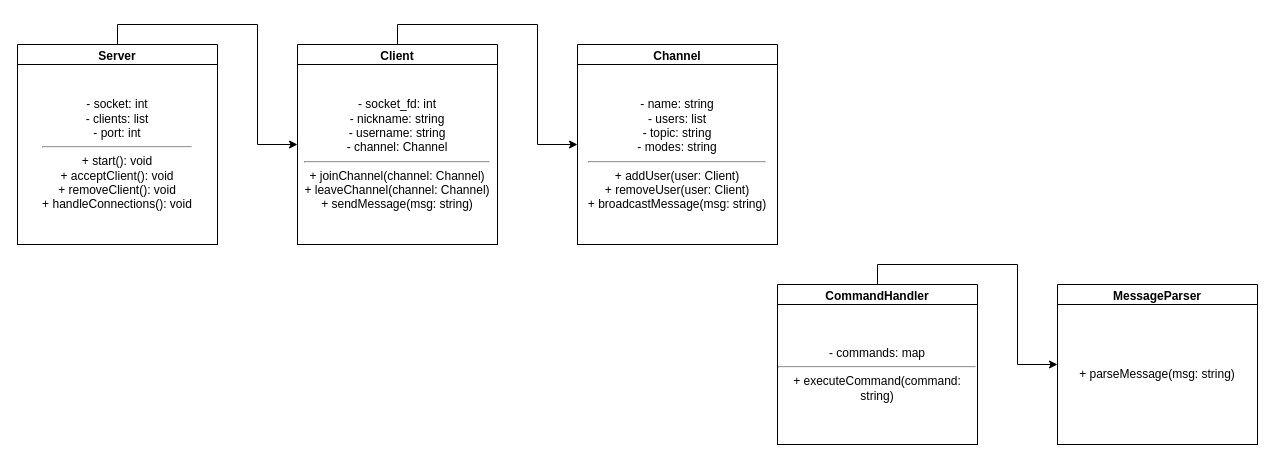
Before: Diagramme_IRC.drawio in Aytirix/IRC, a draw.io diagram. Source tidied: cells renumbered, new cells numbered last; positions are measured from the earlier drawing's top-left corner, leaving out a move shared by most shapes. Both pictures are drawn from the tidied source at 100%, with x=0, y=0 at pixel (17, 44).
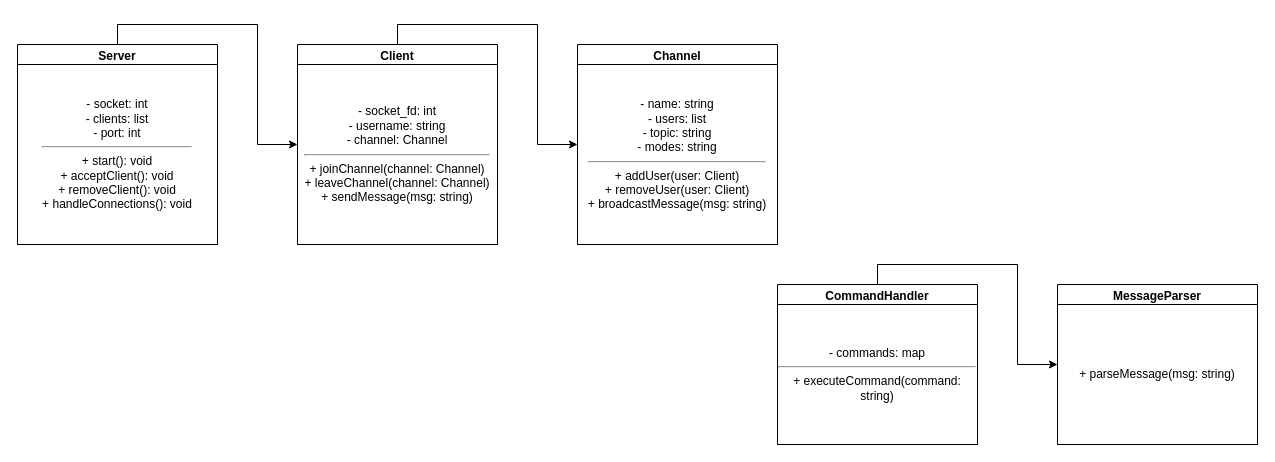
Above is the later version.

Commit message:
Mettre à jour Diagramme_IRC.drawio

What changed in the source:
```diff
@@
 <mxGraphModel>
   <root>
     <mxCell id="0" />
     <mxCell id="1" parent="0" />
     <mxCell id="2" value="Server" style="swimlane;html=1;whiteSpace=wrap;rounded=0;whiteSpace=wrap;html=1;align=center;verticalAlign=middle;" parent="1" vertex="1">
       <mxGeometry width="200" height="200" as="geometry" />
     </mxCell>
     <mxCell id="3" value="- socket: int&lt;br&gt;- clients: list&lt;br&gt;- port: int&lt;div&gt;&lt;hr&gt;+ start(): void&lt;br&gt;+ acceptClient(): void&lt;br&gt;+ removeClient(): void&lt;br&gt;+ handleConnections(): void&lt;/div&gt;" style="text;html=1;whiteSpace=wrap;html=1;strokeColor=#000000;fillColor=#ffffff;align=center;verticalAlign=middle;" parent="2" vertex="1">
       <mxGeometry y="20" width="200" height="180" as="geometry" />
     </mxCell>
     <mxCell id="4" value="Client" style="swimlane;html=1;whiteSpace=wrap;rounded=0;whiteSpace=wrap;html=1;align=center;verticalAlign=middle;" parent="1" vertex="1">
       <mxGeometry x="280" width="200" height="200" as="geometry" />
     </mxCell>
-    <mxCell id="5" value="- socket_fd: int&lt;br&gt;- nickname: string&lt;br&gt;- username: string&lt;br&gt;- channel: Channel&lt;div&gt;&lt;hr&gt;+ joinChannel(channel: Channel)&lt;br&gt;+ leaveChannel(channel: Channel)&lt;br&gt;+ sendMessage(msg: string)&lt;/div&gt;" style="text;html=1;whiteSpace=wrap;html=1;strokeColor=#000000;fillColor=#ffffff;align=center;verticalAlign=middle;" parent="4" vertex="1">
+    <mxCell id="5" value="- socket_fd: int&lt;br&gt;- username: string&lt;br&gt;- channel: Channel&lt;div&gt;&lt;hr&gt;+ joinChannel(channel: Channel)&lt;br&gt;+ leaveChannel(channel: Channel)&lt;br&gt;+ sendMessage(msg: string)&lt;/div&gt;" style="text;html=1;whiteSpace=wrap;html=1;strokeColor=#000000;fillColor=#ffffff;align=center;verticalAlign=middle;" parent="4" vertex="1">
       <mxGeometry y="20" width="200" height="180" as="geometry" />
     </mxCell>
     <mxCell id="6" value="Channel" style="swimlane;html=1;whiteSpace=wrap;rounded=0;whiteSpace=wrap;html=1;align=center;verticalAlign=middle;" parent="1" vertex="1">
       <mxGeometry x="560" width="200" height="200" as="geometry" />
     </mxCell>
     <mxCell id="7" value="- name: string&lt;br&gt;- users: list&lt;br&gt;- topic: string&lt;br&gt;- modes: string&lt;div&gt;&lt;hr&gt;+ addUser(user: Client)&lt;br&gt;+ removeUser(user: Client)&lt;br&gt;+ broadcastMessage(msg: string)&lt;/div&gt;" style="text;html=1;whiteSpace=wrap;html=1;strokeColor=#000000;fillColor=#ffffff;align=center;verticalAlign=middle;" parent="6" vertex="1">
       <mxGeometry y="20" width="200" height="180" as="geometry" />
     </mxCell>
     <mxCell id="8" value="CommandHandler" style="swimlane;html=1;whiteSpace=wrap;rounded=0;whiteSpace=wrap;html=1;align=center;verticalAlign=middle;" parent="1" vertex="1">
       <mxGeometry x="760" y="240" width="200" height="160" as="geometry" />
     </mxCell>
     <mxCell id="9" value="- commands: map&lt;div&gt;&lt;hr&gt;+ executeCommand(command: string)&lt;/div&gt;" style="text;html=1;whiteSpace=wrap;html=1;strokeColor=#000000;fillColor=#ffffff;align=center;verticalAlign=middle;" parent="8" vertex="1">
       <mxGeometry y="20" width="200" height="140" as="geometry" />
     </mxCell>
     <mxCell id="10" value="MessageParser" style="swimlane;html=1;whiteSpace=wrap;rounded=0;whiteSpace=wrap;html=1;align=center;verticalAlign=middle;" parent="1" vertex="1">
       <mxGeometry x="1040" y="240" width="200" height="160" as="geometry" />
     </mxCell>
     <mxCell id="11" value="+ parseMessage(msg: string)" style="text;html=1;whiteSpace=wrap;html=1;strokeColor=#000000;fillColor=#ffffff;align=center;verticalAlign=middle;" parent="10" vertex="1">
       <mxGeometry y="20" width="200" height="140" as="geometry" />
     </mxCell>
     <mxCell id="12" style="edgeStyle=orthogonalEdgeStyle;rounded=0;jettySize=auto;html=1;exitX=0.5;exitY=0;exitDx=0;exitDy=0;" parent="1" edge="1" source="2" target="4">
       <mxGeometry relative="1" as="geometry" />
     </mxCell>
     <mxCell id="13" style="edgeStyle=orthogonalEdgeStyle;rounded=0;jettySize=auto;html=1;exitX=0.5;exitY=0;exitDx=0;exitDy=0;" parent="1" edge="1" source="4" target="6">
       <mxGeometry relative="1" as="geometry" />
     </mxCell>
     <mxCell id="14" style="edgeStyle=orthogonalEdgeStyle;rounded=0;jettySize=auto;html=1;exitX=0.5;exitY=0;exitDx=0;exitDy=0;" parent="1" edge="1" source="8" target="10">
       <mxGeometry relative="1" as="geometry" />
     </mxCell>
   </root>
 </mxGraphModel>
```
